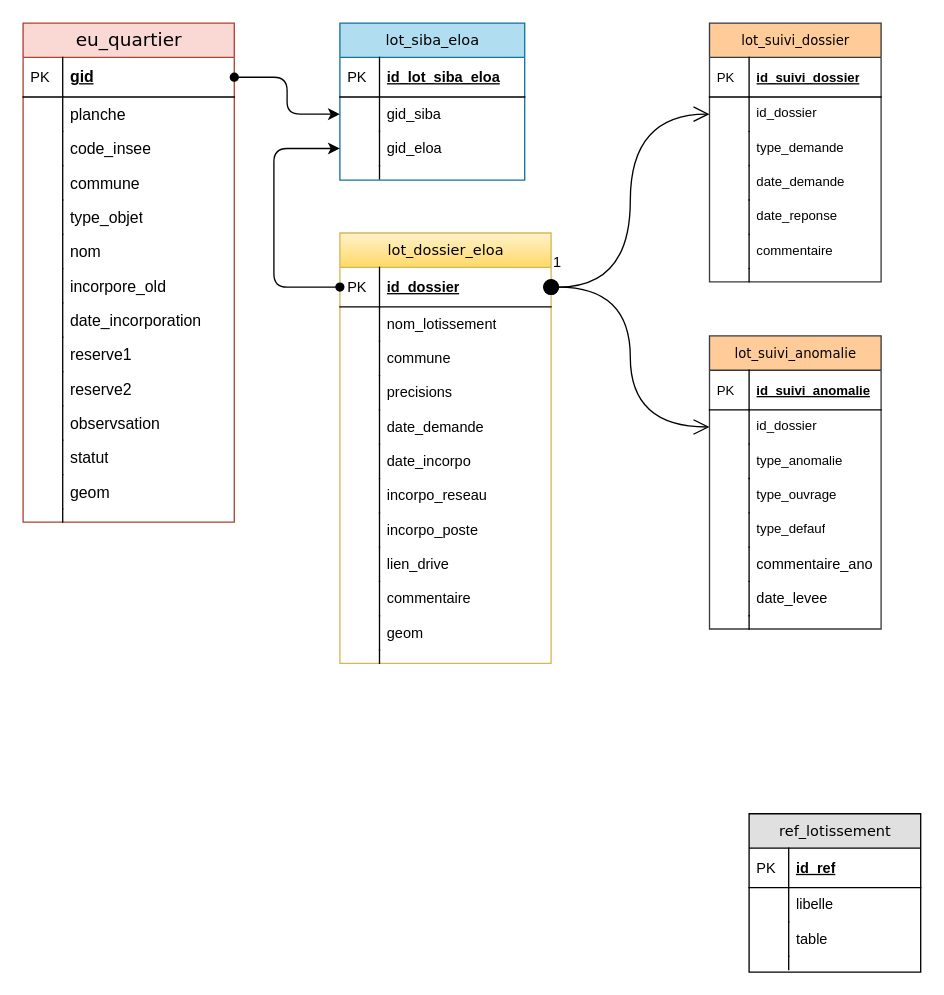
Earlier version of the draw.io diagram Diag lotissement GEO.drawio (Pascaloup33/Diagramme). Source tidied: cells renumbered, new cells numbered last; positions are measured from the earlier drawing's top-left corner, leaving out a move shared by most shapes. Both pictures are drawn from the tidied source at 132%, with x=0, y=0 at pixel (22, 22).
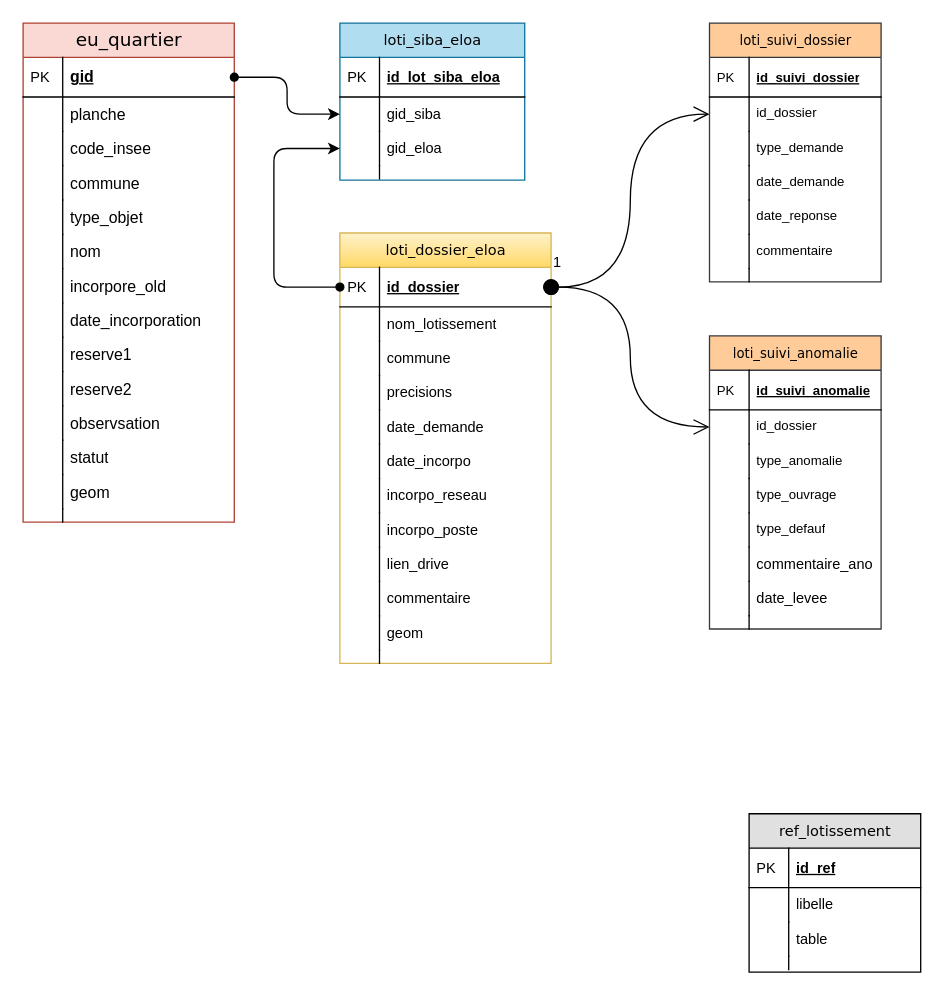
The same diagram, later.

Commit message:
Mettre à jour Diag lotissement GEO.drawio

The edit, as a diff of the source:
```diff
@@
-    <mxCell id="2" value="lot_siba_eloa" style="swimlane;html=1;fontStyle=0;horizontal=1;startSize=26;fillColor=#b1ddf0;swimlaneFillColor=#ffffff;align=center;rounded=0;shadow=0;comic=0;labelBackgroundColor=none;strokeWidth=1;fontFamily=Verdana;fontSize=11;swimlaneLine=1;strokeColor=#10739e;" parent="1" vertex="1">
+    <mxCell id="2" value="loti_siba_eloa" style="swimlane;html=1;fontStyle=0;horizontal=1;startSize=26;fillColor=#b1ddf0;swimlaneFillColor=#ffffff;align=center;rounded=0;shadow=0;comic=0;labelBackgroundColor=none;strokeWidth=1;fontFamily=Verdana;fontSize=11;swimlaneLine=1;strokeColor=#10739e;" parent="1" vertex="1">
       <mxGeometry x="240" width="140" height="119" as="geometry" />
     </mxCell>
@@
-    <mxCell id="11" value="lot_dossier_eloa" style="swimlane;html=1;fontStyle=0;horizontal=1;startSize=26;fillColor=#fff2cc;swimlaneFillColor=#ffffff;align=center;rounded=0;shadow=0;comic=0;labelBackgroundColor=none;strokeWidth=1;fontFamily=Verdana;fontSize=11;strokeColor=#d6b656;gradientColor=#ffd966;" parent="1" vertex="1">
+    <mxCell id="11" value="loti_dossier_eloa" style="swimlane;html=1;fontStyle=0;horizontal=1;startSize=26;fillColor=#fff2cc;swimlaneFillColor=#ffffff;align=center;rounded=0;shadow=0;comic=0;labelBackgroundColor=none;strokeWidth=1;fontFamily=Verdana;fontSize=11;strokeColor=#d6b656;gradientColor=#ffd966;" parent="1" vertex="1">
       <mxGeometry x="240" y="159" width="160" height="326" as="geometry" />
     </mxCell>
@@
-    <mxCell id="75" value="lot_suivi_dossier" style="swimlane;html=1;fontStyle=0;horizontal=1;startSize=26;fillColor=#ffcc99;swimlaneFillColor=#ffffff;align=center;rounded=0;shadow=0;comic=0;labelBackgroundColor=none;strokeWidth=1;fontFamily=Verdana;fontSize=10;strokeColor=#36393d;" parent="1" vertex="1">
+    <mxCell id="75" value="loti_suivi_dossier" style="swimlane;html=1;fontStyle=0;horizontal=1;startSize=26;fillColor=#ffcc99;swimlaneFillColor=#ffffff;align=center;rounded=0;shadow=0;comic=0;labelBackgroundColor=none;strokeWidth=1;fontFamily=Verdana;fontSize=10;strokeColor=#36393d;" parent="1" vertex="1">
       <mxGeometry x="520" width="130" height="196" as="geometry" />
     </mxCell>
@@
-    <mxCell id="92" value="lot_suivi_anomalie" style="swimlane;html=1;fontStyle=0;horizontal=1;startSize=26;fillColor=#ffcc99;swimlaneFillColor=#ffffff;align=center;rounded=0;shadow=0;comic=0;labelBackgroundColor=none;strokeWidth=1;fontFamily=Verdana;fontSize=10;strokeColor=#36393d;" parent="1" vertex="1">
+    <mxCell id="92" value="loti_suivi_anomalie" style="swimlane;html=1;fontStyle=0;horizontal=1;startSize=26;fillColor=#ffcc99;swimlaneFillColor=#ffffff;align=center;rounded=0;shadow=0;comic=0;labelBackgroundColor=none;strokeWidth=1;fontFamily=Verdana;fontSize=10;strokeColor=#36393d;" parent="1" vertex="1">
       <mxGeometry x="520" y="237" width="130" height="222" as="geometry" />
     </mxCell>
```
